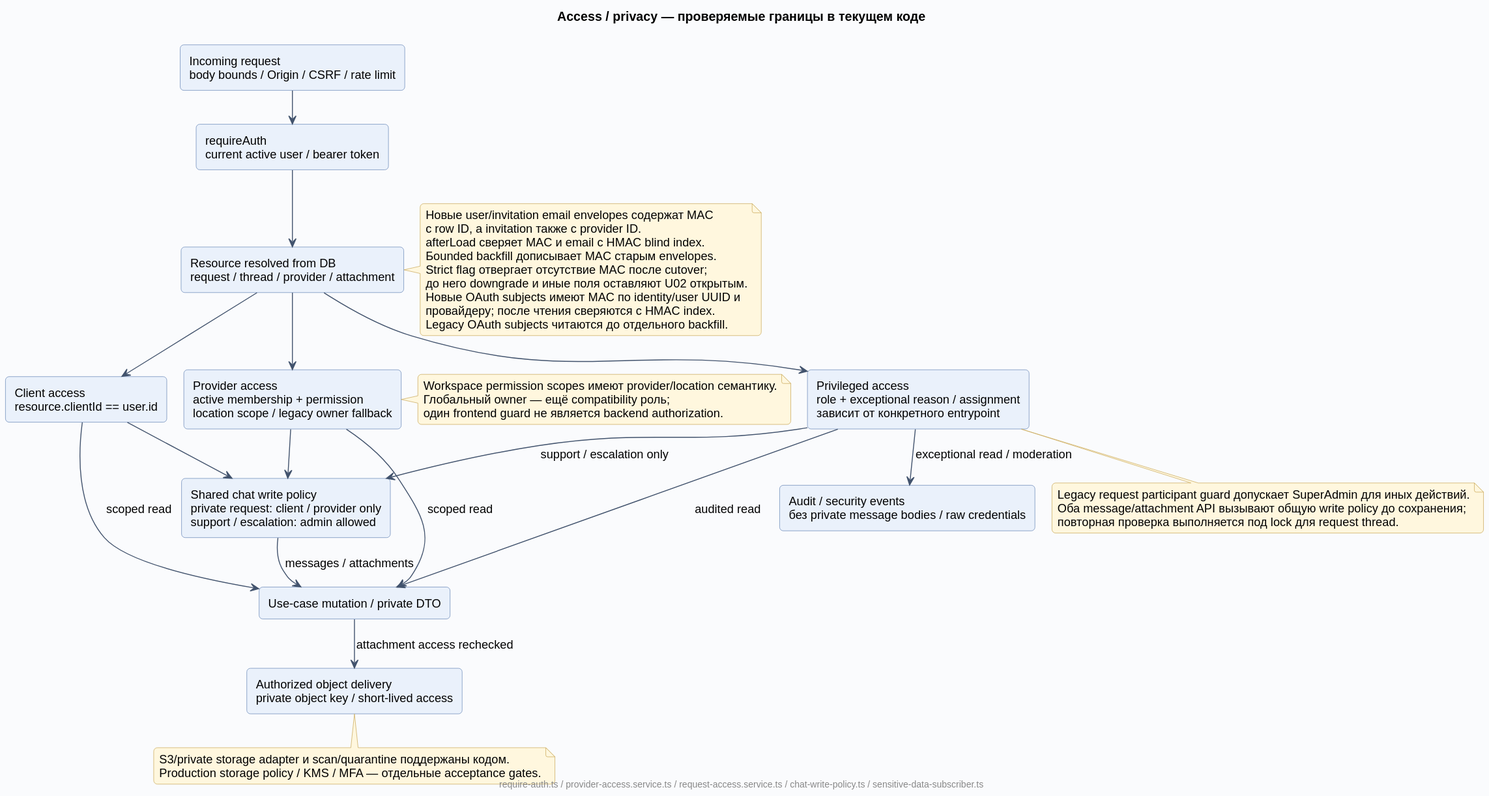
This is docs/diagrams/rendered/09-access-privacy.svg from Dima163163/auto-care-hub, a PlantUML export, as it was before one commit.
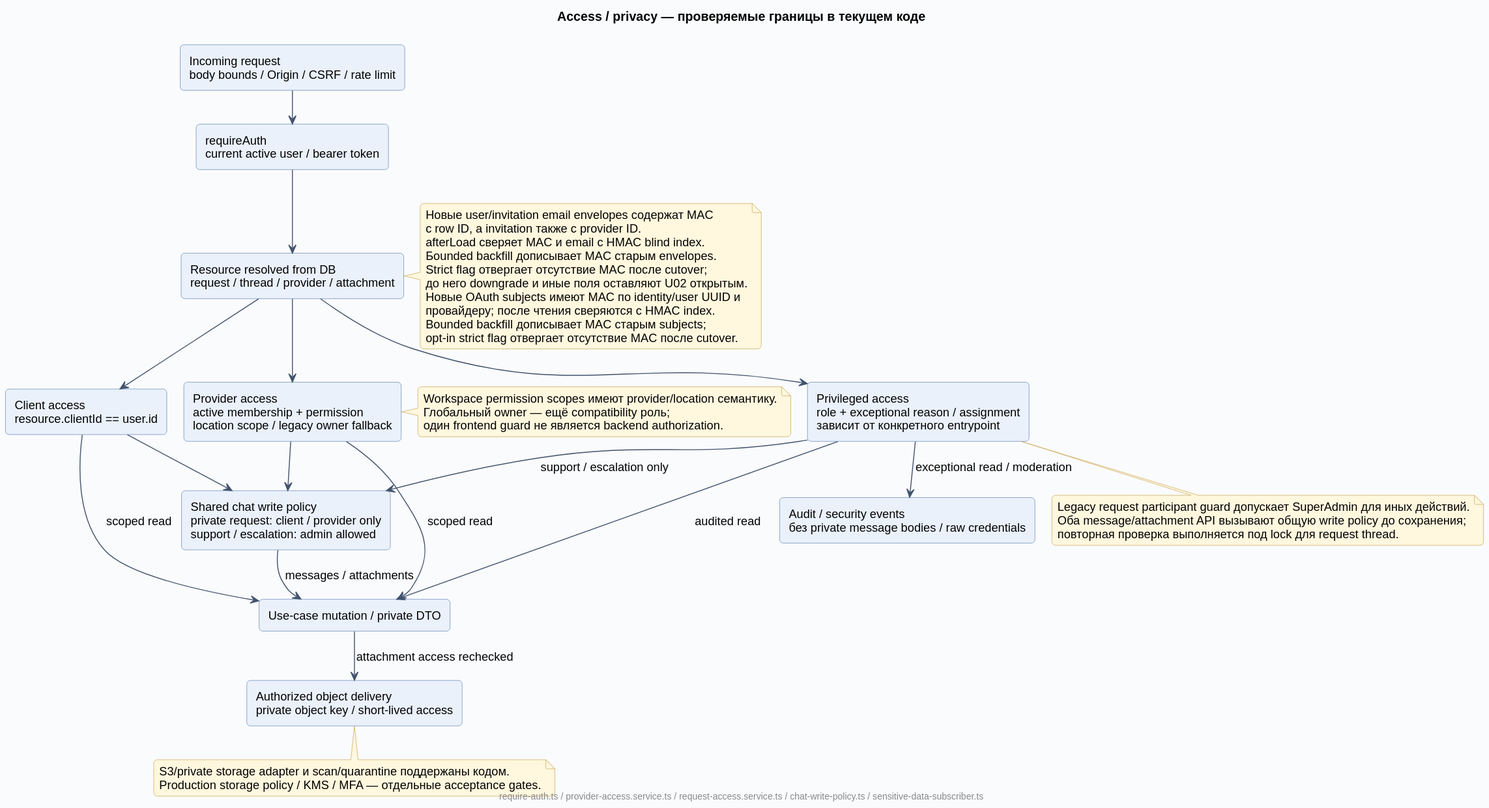
The same diagram one commit later.

Change to the diagram source:
```diff
@@ -40,7 +40,8 @@
   до него downgrade и иные поля оставляют U02 открытым.
   Новые OAuth subjects имеют MAC по identity/user UUID и
   провайдеру; после чтения сверяются с HMAC index.
-  Legacy OAuth subjects читаются до отдельного backfill.
+  Bounded backfill дописывает MAC старым subjects;
+  opt-in strict flag отвергает отсутствие MAC после cutover.
 end note
 note bottom of Admin
   Legacy request participant guard допускает SuperAdmin для иных действий.
```
